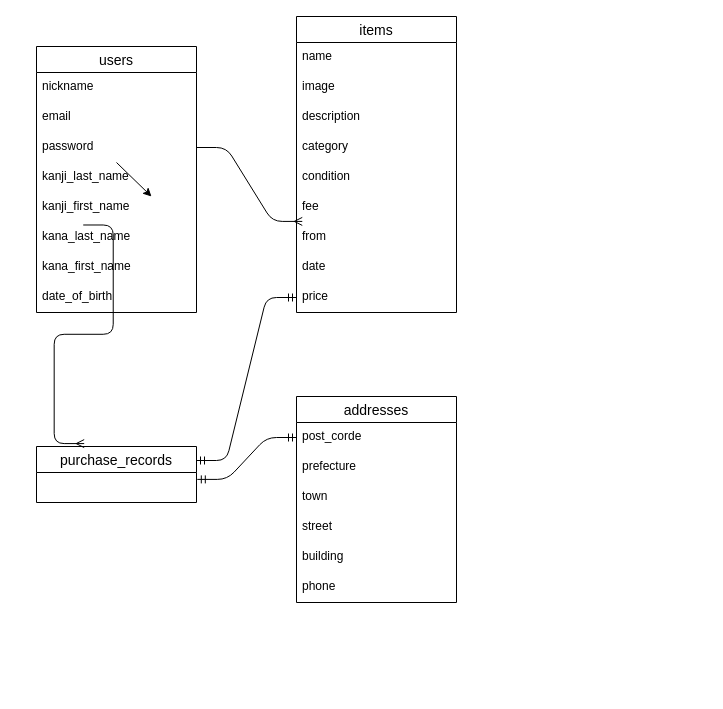
Earlier version of the draw.io diagram ER.dio (maize1023/furima-38639). Source tidied: cells renumbered, new cells numbered last; positions are measured from the earlier drawing's top-left corner, leaving out a move shared by most shapes. Both pictures are drawn from the tidied source at 100%, with x=0, y=0 at pixel (36, 16).
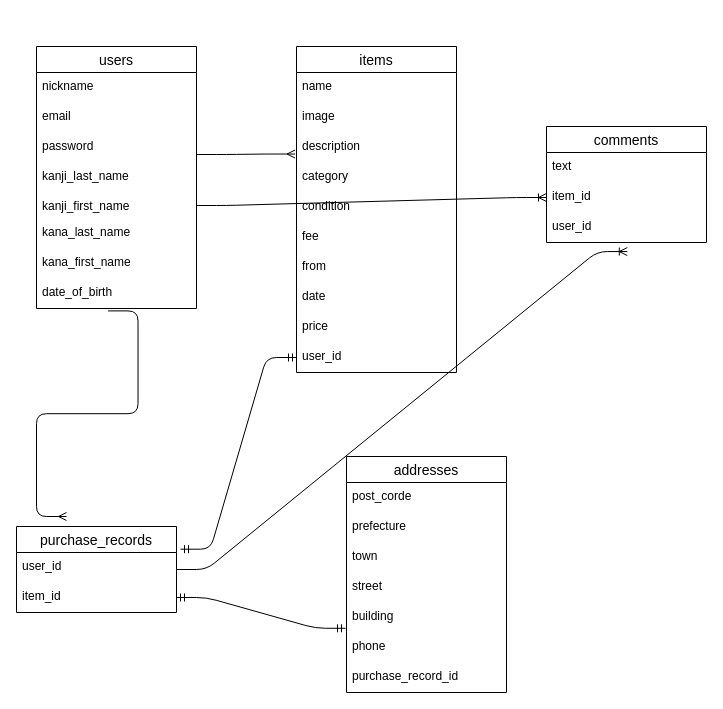
Above is the later version.

The change refers to these unchanged cells:
```xml
<mxCell id="6" value="password" style="text;strokeColor=none;fillColor=none;spacingLeft=4;spacingRight=4;overflow=hidden;points=[[0,0.5],[1,0.5]];portConstraint=eastwest;fontSize=12;" parent="3" vertex="1">
  <mxGeometry y="86" width="160" height="30" as="geometry" />
</mxCell>
<mxCell id="16" value="category" style="text;strokeColor=none;fillColor=none;spacingLeft=4;spacingRight=4;overflow=hidden;points=[[0,0.5],[1,0.5]];portConstraint=eastwest;fontSize=12;" parent="12" vertex="1">
  <mxGeometry y="116" width="160" height="30" as="geometry" />
</mxCell>
<mxCell id="19" value="from" style="text;strokeColor=none;fillColor=none;spacingLeft=4;spacingRight=4;overflow=hidden;points=[[0,0.5],[1,0.5]];portConstraint=eastwest;fontSize=12;" parent="12" vertex="1">
  <mxGeometry y="206" width="160" height="30" as="geometry" />
</mxCell>
<mxCell id="21" value="price" style="text;strokeColor=none;fillColor=none;spacingLeft=4;spacingRight=4;overflow=hidden;points=[[0,0.5],[1,0.5]];portConstraint=eastwest;fontSize=12;" parent="12" vertex="1">
  <mxGeometry y="266" width="160" height="30" as="geometry" />
</mxCell>
<mxCell id="24" value="post_corde" style="text;strokeColor=none;fillColor=none;spacingLeft=4;spacingRight=4;overflow=hidden;points=[[0,0.5],[1,0.5]];portConstraint=eastwest;fontSize=12;" parent="23" vertex="1">
  <mxGeometry y="26" width="160" height="30" as="geometry" />
</mxCell>
<mxCell id="29" value="phone" style="text;strokeColor=none;fillColor=none;spacingLeft=4;spacingRight=4;overflow=hidden;points=[[0,0.5],[1,0.5]];portConstraint=eastwest;fontSize=12;" parent="23" vertex="1">
  <mxGeometry y="176" width="160" height="30" as="geometry" />
</mxCell>
```

Diff of the diagram source:
```diff
@@
-    <mxCell id="2" style="edgeStyle=none;html=1;exitX=0.5;exitY=1;exitDx=0;exitDy=0;startArrow=none;" parent="1" edge="1">
-      <mxGeometry relative="1" as="geometry">
-        <mxPoint x="80" y="146" as="sourcePoint" />
-        <mxPoint x="115" y="180" as="targetPoint" />
-      </mxGeometry>
-    </mxCell>
     <mxCell id="3" value="users" style="swimlane;fontStyle=0;horizontal=1;startSize=26;align=center;fontSize=14;" parent="1" vertex="1">
-      <mxGeometry y="30" width="160" height="266" as="geometry" />
+      <mxGeometry y="30" width="160" height="262" as="geometry" />
     </mxCell>
@@
     <mxCell id="8" value="kanji_first_name" style="text;strokeColor=none;fillColor=none;spacingLeft=4;spacingRight=4;overflow=hidden;points=[[0,0.5],[1,0.5]];portConstraint=eastwest;fontSize=12;" parent="3" vertex="1">
-      <mxGeometry y="146" width="160" height="30" as="geometry" />
+      <mxGeometry y="146" width="160" height="26" as="geometry" />
     </mxCell>
     <mxCell id="9" value="kana_last_name" style="text;strokeColor=none;fillColor=none;spacingLeft=4;spacingRight=4;overflow=hidden;fontSize=12;" parent="3" vertex="1">
-      <mxGeometry y="176" width="160" height="30" as="geometry" />
+      <mxGeometry y="172" width="160" height="30" as="geometry" />
     </mxCell>
     <mxCell id="10" value="kana_first_name" style="text;strokeColor=none;fillColor=none;spacingLeft=4;spacingRight=4;overflow=hidden;fontSize=12;" parent="3" vertex="1">
-      <mxGeometry y="206" width="160" height="30" as="geometry" />
+      <mxGeometry y="202" width="160" height="30" as="geometry" />
     </mxCell>
     <mxCell id="11" value="date_of_birth" style="text;strokeColor=none;fillColor=none;spacingLeft=4;spacingRight=4;overflow=hidden;points=[[0,0.5],[1,0.5]];portConstraint=eastwest;fontSize=12;" parent="3" vertex="1">
-      <mxGeometry y="236" width="160" height="30" as="geometry" />
+      <mxGeometry y="232" width="160" height="30" as="geometry" />
     </mxCell>
     <mxCell id="12" value="items" style="swimlane;fontStyle=0;horizontal=1;startSize=26;align=center;fontSize=14;" parent="1" vertex="1">
-      <mxGeometry x="260" width="160" height="296" as="geometry" />
+      <mxGeometry x="260" y="30" width="160" height="326" as="geometry" />
     </mxCell>
@@
-    <mxCell id="22" value="purchase_records" style="swimlane;fontStyle=0;horizontal=1;startSize=26;align=center;fontSize=14;" parent="1" vertex="1">
-      <mxGeometry y="430" width="160" height="56" as="geometry" />
-    </mxCell>
+    <mxCell id="34" value="user_id" style="text;strokeColor=none;fillColor=none;spacingLeft=4;spacingRight=4;overflow=hidden;points=[[0,0.5],[1,0.5]];portConstraint=eastwest;fontSize=12;" parent="12" vertex="1">
+      <mxGeometry y="296" width="160" height="30" as="geometry" />
+    </mxCell>
     <mxCell id="23" value="addresses" style="swimlane;fontStyle=0;horizontal=1;startSize=26;align=center;fontSize=14;" parent="1" vertex="1">
-      <mxGeometry x="260" y="380" width="160" height="206" as="geometry" />
+      <mxGeometry x="310" y="440" width="160" height="236" as="geometry" />
     </mxCell>
@@
+    <mxCell id="35" value="purchase_record_id" style="text;strokeColor=none;fillColor=none;spacingLeft=4;spacingRight=4;overflow=hidden;fontSize=12;" parent="23" vertex="1">
+      <mxGeometry y="206" width="160" height="30" as="geometry" />
+    </mxCell>
-    <mxCell id="30" style="edgeStyle=entityRelationEdgeStyle;fontSize=12;html=1;endArrow=ERmany;entryX=0.036;entryY=-0.036;entryDx=0;entryDy=0;entryPerimeter=0;exitX=1;exitY=0.5;exitDx=0;exitDy=0;" parent="1" edge="1" source="6" target="19">
-      <mxGeometry relative="1" as="geometry" />
+    <mxCell id="30" style="edgeStyle=entityRelationEdgeStyle;fontSize=12;html=1;endArrow=ERmany;entryX=-0.009;entryY=-0.282;entryDx=0;entryDy=0;entryPerimeter=0;" parent="1" edge="1" target="16">
+      <mxGeometry relative="1" as="geometry">
+        <mxPoint x="160" y="138" as="sourcePoint" />
+      </mxGeometry>
     </mxCell>
-    <mxCell id="31" style="edgeStyle=entityRelationEdgeStyle;fontSize=12;html=1;endArrow=ERmany;entryX=0.298;entryY=-0.052;entryDx=0;entryDy=0;exitX=0.292;exitY=1.083;exitDx=0;exitDy=0;exitPerimeter=0;entryPerimeter=0;" parent="1" edge="1" source="8" target="22">
-      <mxGeometry relative="1" as="geometry" />
-    </mxCell>
-    <mxCell id="32" style="edgeStyle=entityRelationEdgeStyle;fontSize=12;html=1;endArrow=ERmandOne;startArrow=ERmandOne;exitX=1.005;exitY=0.231;exitDx=0;exitDy=0;exitPerimeter=0;" parent="1" edge="1" target="24">
-      <mxGeometry relative="1" as="geometry">
-        <mxPoint x="160.8" y="462.9" as="sourcePoint" />
-      </mxGeometry>
+    <mxCell id="32" style="edgeStyle=entityRelationEdgeStyle;fontSize=12;html=1;endArrow=ERmandOne;startArrow=ERmandOne;exitX=1;exitY=0.5;exitDx=0;exitDy=0;entryX=-0.006;entryY=-0.141;entryDx=0;entryDy=0;entryPerimeter=0;" parent="1" edge="1" source="44" target="29">
+      <mxGeometry relative="1" as="geometry" />
     </mxCell>
-    <mxCell id="33" style="edgeStyle=entityRelationEdgeStyle;fontSize=12;html=1;endArrow=ERmandOne;startArrow=ERmandOne;exitX=1;exitY=0.25;exitDx=0;exitDy=0;" parent="1" edge="1" source="22" target="21">
+    <mxCell id="33" style="edgeStyle=entityRelationEdgeStyle;fontSize=12;html=1;endArrow=ERmandOne;startArrow=ERmandOne;exitX=1.025;exitY=-0.11;exitDx=0;exitDy=0;exitPerimeter=0;" parent="1" edge="1" source="43" target="34">
       <mxGeometry relative="1" as="geometry" />
     </mxCell>
+    <mxCell id="36" value="comments" style="swimlane;fontStyle=0;horizontal=1;startSize=26;align=center;fontSize=14;" parent="1" vertex="1">
+      <mxGeometry x="510" y="110" width="160" height="116" as="geometry" />
+    </mxCell>
+    <mxCell id="37" value="text" style="text;strokeColor=none;fillColor=none;spacingLeft=4;spacingRight=4;overflow=hidden;fontSize=12;" parent="36" vertex="1">
+      <mxGeometry y="26" width="160" height="30" as="geometry" />
+    </mxCell>
+    <mxCell id="38" value="item_id" style="text;strokeColor=none;fillColor=none;spacingLeft=4;spacingRight=4;overflow=hidden;points=[[0,0.5],[1,0.5]];portConstraint=eastwest;fontSize=12;" parent="36" vertex="1">
+      <mxGeometry y="56" width="160" height="30" as="geometry" />
+    </mxCell>
+    <mxCell id="39" value="user_id" style="text;strokeColor=none;fillColor=none;spacingLeft=4;spacingRight=4;overflow=hidden;points=[[0,0.5],[1,0.5]];portConstraint=eastwest;fontSize=12;" parent="36" vertex="1">
+      <mxGeometry y="86" width="160" height="30" as="geometry" />
+    </mxCell>
+    <mxCell id="40" style="edgeStyle=entityRelationEdgeStyle;fontSize=12;html=1;endArrow=ERoneToMany;entryX=0.505;entryY=1.302;entryDx=0;entryDy=0;startArrow=none;entryPerimeter=0;" parent="1" edge="1" source="22" target="39">
+      <mxGeometry relative="1" as="geometry" />
+    </mxCell>
+    <mxCell id="41" style="edgeStyle=entityRelationEdgeStyle;fontSize=12;html=1;endArrow=ERmany;exitX=0.447;exitY=1.08;exitDx=0;exitDy=0;exitPerimeter=0;" parent="1" edge="1" source="11">
+      <mxGeometry relative="1" as="geometry">
+        <mxPoint x="30" y="500" as="targetPoint" />
+      </mxGeometry>
+    </mxCell>
+    <mxCell id="42" style="edgeStyle=entityRelationEdgeStyle;fontSize=12;html=1;endArrow=ERoneToMany;entryX=0;entryY=0.5;entryDx=0;entryDy=0;exitX=1;exitY=0.5;exitDx=0;exitDy=0;" parent="1" edge="1" source="8" target="38">
+      <mxGeometry relative="1" as="geometry" />
+    </mxCell>
+    <mxCell id="22" value="purchase_records" style="swimlane;fontStyle=0;horizontal=1;startSize=26;align=center;fontSize=14;" parent="1" vertex="1">
+      <mxGeometry x="-20" y="510" width="160" height="86" as="geometry" />
+    </mxCell>
+    <mxCell id="43" value="user_id" style="text;strokeColor=none;fillColor=none;spacingLeft=4;spacingRight=4;overflow=hidden;points=[[0,0.5],[1,0.5]];portConstraint=eastwest;fontSize=12;" parent="22" vertex="1">
+      <mxGeometry y="26" width="160" height="30" as="geometry" />
+    </mxCell>
+    <mxCell id="44" value="item_id" style="text;strokeColor=none;fillColor=none;spacingLeft=4;spacingRight=4;overflow=hidden;points=[[0,0.5],[1,0.5]];portConstraint=eastwest;fontSize=12;" parent="22" vertex="1">
+      <mxGeometry y="56" width="160" height="30" as="geometry" />
+    </mxCell>
```
